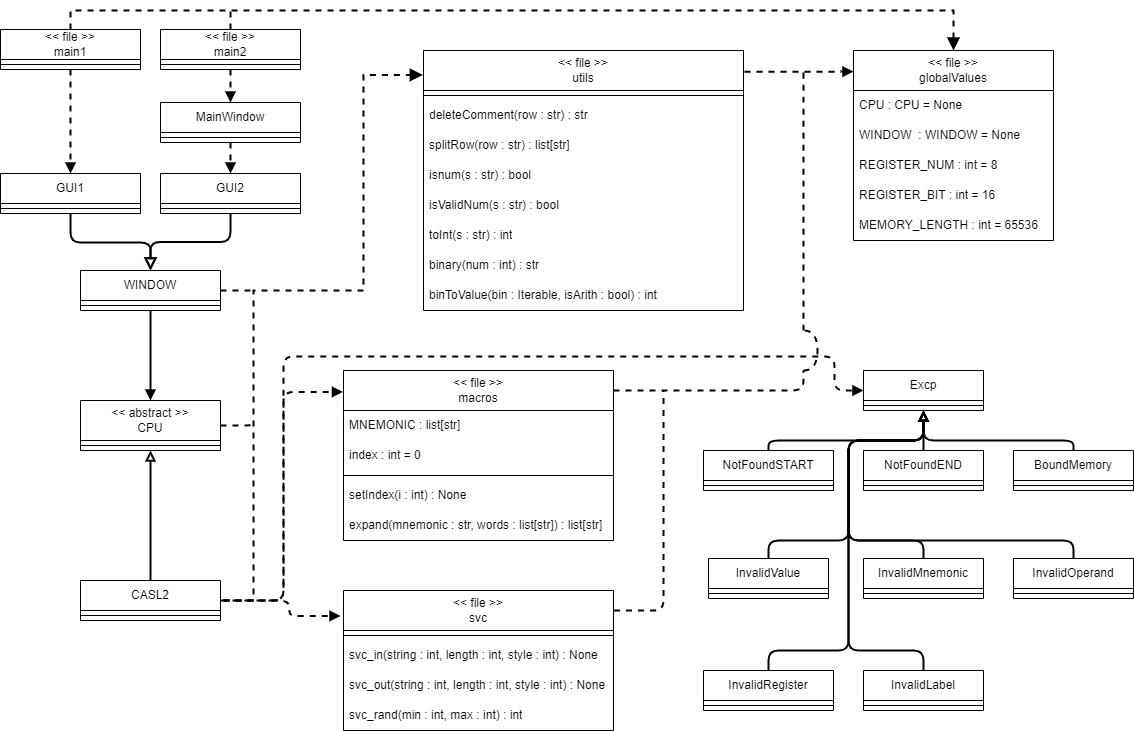
The draw.io diagram gui/all.drawio.png in ma-sa-0122/VirtualCPU, before a commit. Source tidied: cells renumbered, new cells last; positions are measured from the earlier drawing's top-left corner, leaving out a move shared by most shapes.
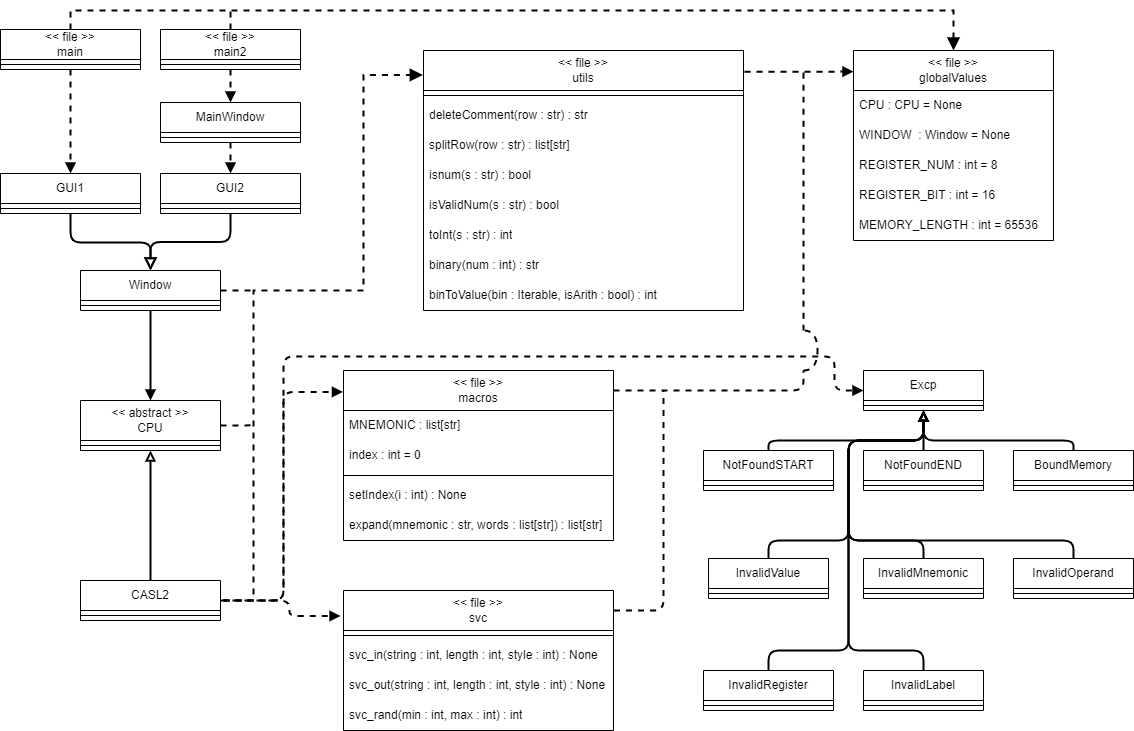
After the commit.

What changed in the source:
```diff
@@ -13,7 +13,7 @@
         <mxPoint x="253" y="340" as="targetPoint" />
       </mxGeometry>
     </mxCell>
-    <mxCell id="5" value="WINDOW" style="swimlane;fontStyle=0;horizontal=1;startSize=30;whiteSpace=wrap;html=1;" parent="1" vertex="1">
+    <mxCell id="5" value="Window" style="swimlane;fontStyle=0;horizontal=1;startSize=30;whiteSpace=wrap;html=1;" parent="1" vertex="1">
       <mxGeometry x="80" y="320" width="140" height="40" as="geometry" />
     </mxCell>
     <mxCell id="6" style="line;strokeWidth=1;html=1;" parent="5" vertex="1">
@@ -52,7 +52,7 @@
     <mxCell id="17" value="CPU : CPU = None" style="text;align=left;verticalAlign=middle;spacingLeft=4;spacingRight=4;overflow=hidden;whiteSpace=wrap;html=1;" parent="16" vertex="1">
       <mxGeometry y="40" width="200" height="30" as="geometry" />
     </mxCell>
-    <mxCell id="18" value="WINDOW&amp;nbsp; : WINDOW = None" style="text;align=left;verticalAlign=middle;spacingLeft=4;spacingRight=4;overflow=hidden;whiteSpace=wrap;html=1;" parent="16" vertex="1">
+    <mxCell id="18" value="WINDOW&amp;nbsp; : Window = None" style="text;align=left;verticalAlign=middle;spacingLeft=4;spacingRight=4;overflow=hidden;whiteSpace=wrap;html=1;" parent="16" vertex="1">
       <mxGeometry y="70" width="200" height="30" as="geometry" />
     </mxCell>
     <mxCell id="19" value="REGISTER_NUM : int = 8" style="text;align=left;verticalAlign=middle;spacingLeft=4;spacingRight=4;overflow=hidden;whiteSpace=wrap;html=1;" parent="16" vertex="1">
@@ -328,7 +328,7 @@
     <mxCell id="78" style="edgeStyle=orthogonalEdgeStyle;rounded=1;html=1;exitX=0.5;exitY=1;exitDx=0;exitDy=0;entryX=0.5;entryY=0;entryDx=0;entryDy=0;dashed=1;strokeWidth=2;endArrow=block;endFill=1;" parent="1" edge="1" source="79" target="65">
       <mxGeometry relative="1" as="geometry" />
     </mxCell>
-    <mxCell id="79" value="&amp;lt;&amp;lt; file &amp;gt;&amp;gt;&lt;br&gt;main1" style="swimlane;fontStyle=0;horizontal=1;startSize=30;whiteSpace=wrap;html=1;" parent="1" vertex="1">
+    <mxCell id="79" value="&amp;lt;&amp;lt; file &amp;gt;&amp;gt;&lt;br&gt;main" style="swimlane;fontStyle=0;horizontal=1;startSize=30;whiteSpace=wrap;html=1;" parent="1" vertex="1">
       <mxGeometry y="79" width="140" height="40" as="geometry" />
     </mxCell>
     <mxCell id="80" style="line;strokeWidth=1;html=1;" parent="79" vertex="1">
```
